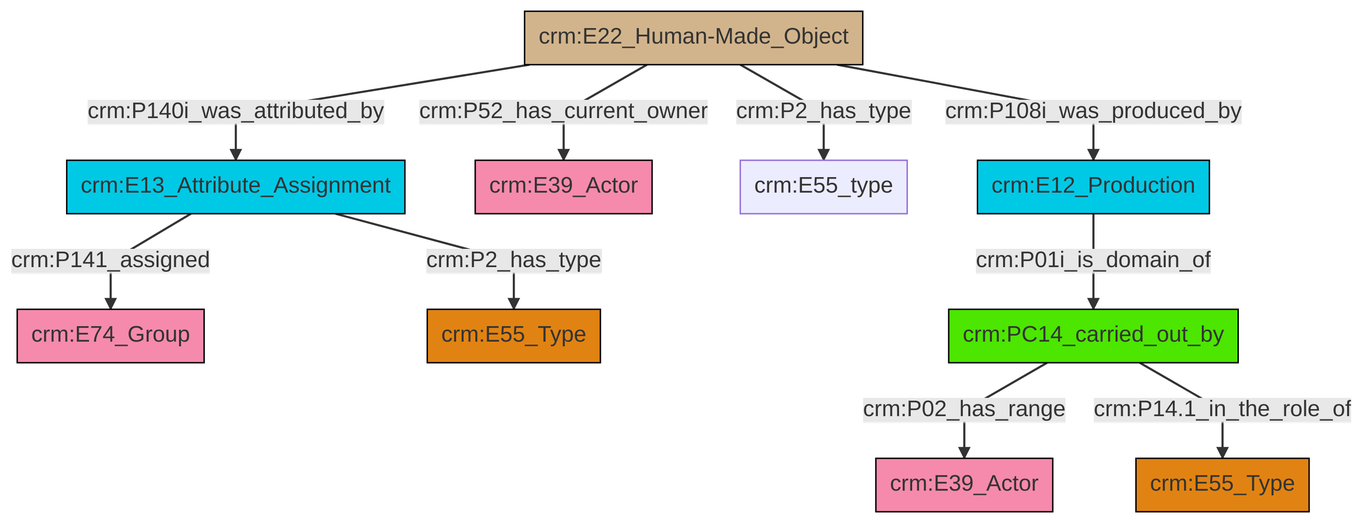
This is et/builtWorkCSV/ttl/mmd/png/Built_Work_actor_relations.png from swiss-art-research-net/reference-data-models, a Mermaid export, as it was before one commit. Its source is kept beside it as et/builtWorkCSV/ttl/mmd/Built_Work_actor_relations.ttl.mmd.
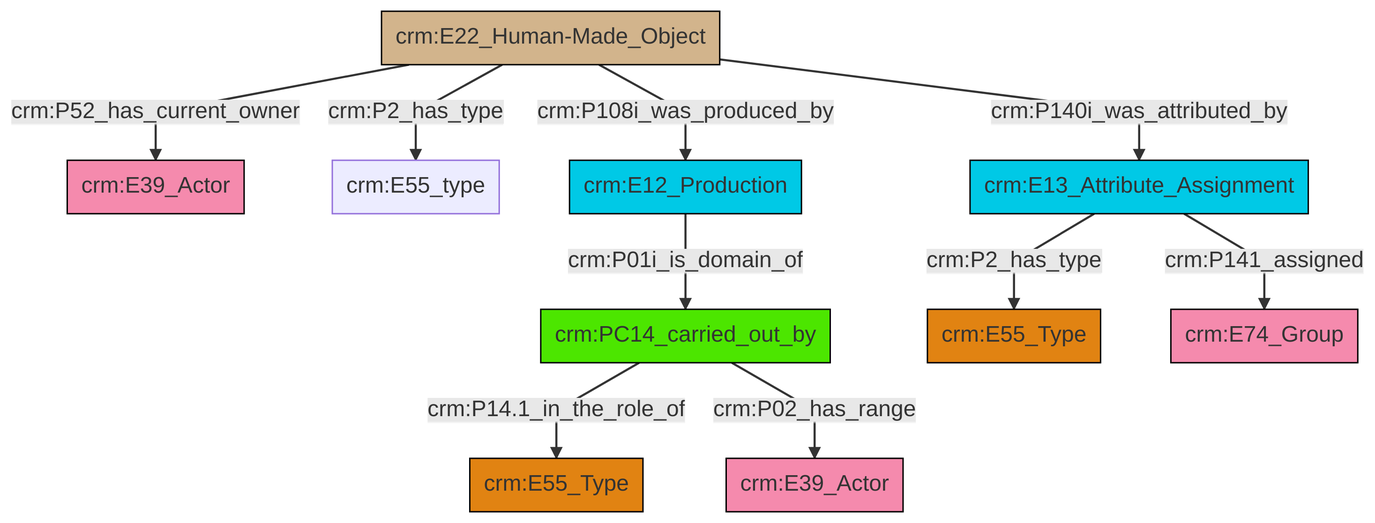
Above is the later version.

Diff of the diagram source:
```diff
@@ -13,12 +13,12 @@
 classDef PC_Classes fill:#4ce600, stroke:#000000;
 classDef Multi fill:#cccccc,stroke:#000000;
 
-4["crm:E13_Attribute_Assignment"]:::Temporal_Entity -->|crm:P2_has_type| 6["crm:E55_Type"]:::Type
-8["crm:E22_Human-Made_Object"]:::Physical_Thing -->|crm:P140i_was_attributed_by| 4["crm:E13_Attribute_Assignment"]:::Temporal_Entity
-11["crm:PC14_carried_out_by"]:::PC_Classes -->|crm:P02_has_range| 9["crm:E39_Actor"]:::Actor
-8["crm:E22_Human-Made_Object"]:::Physical_Thing -->|crm:P52_has_current_owner| 13["crm:E39_Actor"]:::Actor
-8["crm:E22_Human-Made_Object"]:::Physical_Thing -->|crm:P2_has_type| 14["crm:E55_type"]:::Default
-11["crm:PC14_carried_out_by"]:::PC_Classes -->|crm:P14.1_in_the_role_of| 0["crm:E55_Type"]:::Type
-16["crm:E12_Production"]:::Temporal_Entity -->|crm:P01i_is_domain_of| 11["crm:PC14_carried_out_by"]:::PC_Classes
-4["crm:E13_Attribute_Assignment"]:::Temporal_Entity -->|crm:P141_assigned| 2["crm:E74_Group"]:::Actor
-8["crm:E22_Human-Made_Object"]:::Physical_Thing -->|crm:P108i_was_produced_by| 16["crm:E12_Production"]:::Temporal_Entity
+0["crm:PC14_carried_out_by"]:::PC_Classes -->|crm:P14.1_in_the_role_of| 1["crm:E55_Type"]:::Type
+0["crm:PC14_carried_out_by"]:::PC_Classes -->|crm:P02_has_range| 11["crm:E39_Actor"]:::Actor
+6["crm:E22_Human-Made_Object"]:::Physical_Thing -->|crm:P2_has_type| 12["crm:E55_type"]:::Default
+13["crm:E12_Production"]:::Temporal_Entity -->|crm:P01i_is_domain_of| 0["crm:PC14_carried_out_by"]:::PC_Classes
+14["crm:E13_Attribute_Assignment"]:::Temporal_Entity -->|crm:P141_assigned| 8["crm:E74_Group"]:::Actor
+6["crm:E22_Human-Made_Object"]:::Physical_Thing -->|crm:P140i_was_attributed_by| 14["crm:E13_Attribute_Assignment"]:::Temporal_Entity
+6["crm:E22_Human-Made_Object"]:::Physical_Thing -->|crm:P108i_was_produced_by| 13["crm:E12_Production"]:::Temporal_Entity
+6["crm:E22_Human-Made_Object"]:::Physical_Thing -->|crm:P52_has_current_owner| 4["crm:E39_Actor"]:::Actor
+14["crm:E13_Attribute_Assignment"]:::Temporal_Entity -->|crm:P2_has_type| 2["crm:E55_Type"]:::Type
```
